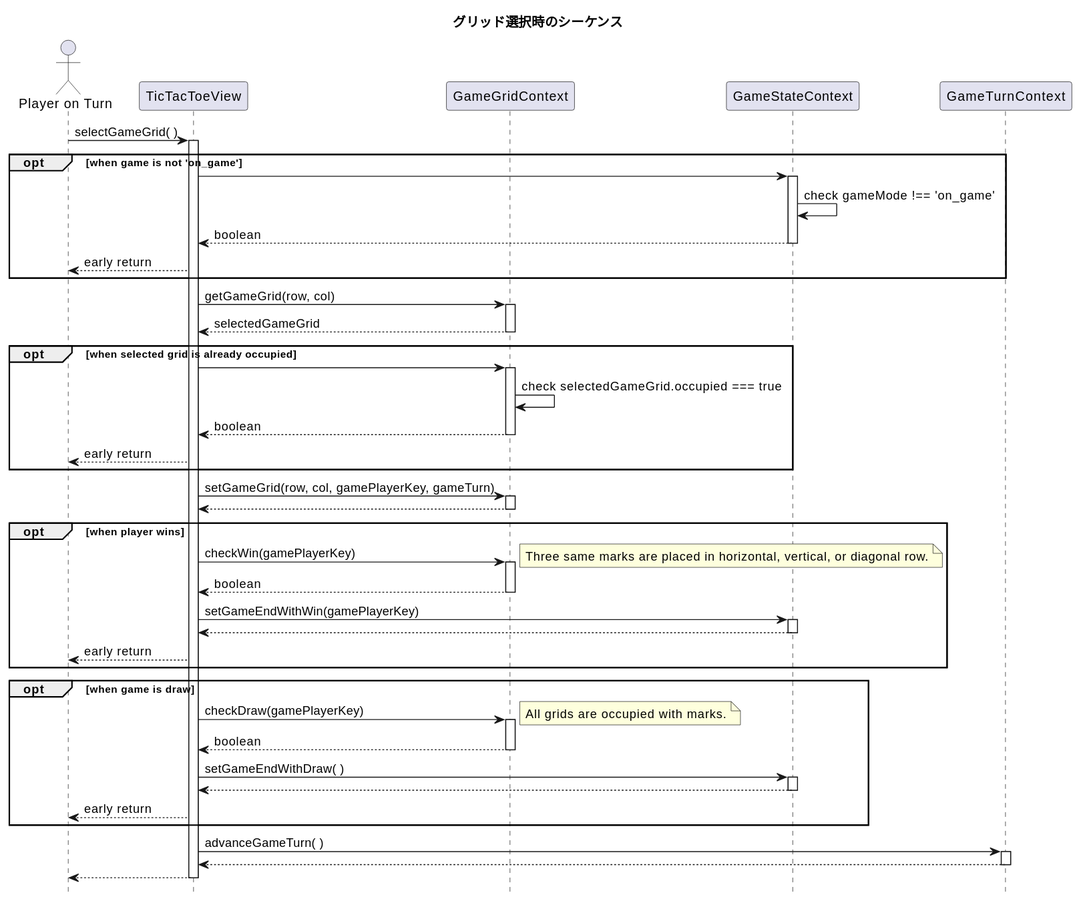
The PlantUML diagram tic-tac-toe/doc/selectGameGrid.svg in hi2k1978/react-samples, before a commit.
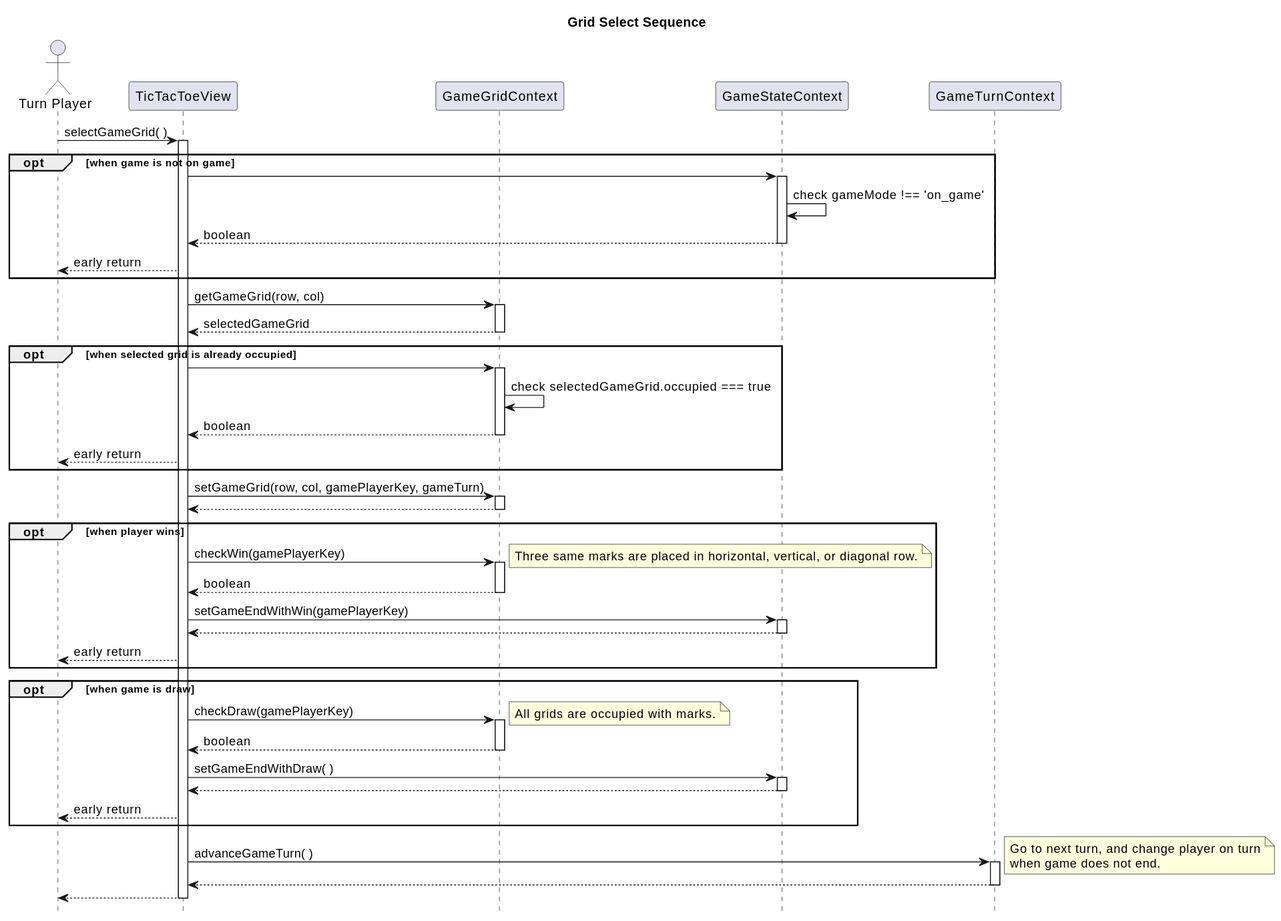
The same diagram one commit later.

Diff of the diagram source:
```diff
@@ -1,8 +1,8 @@
 @startuml
-title グリッド選択時のシーケンス
+title Grid Select Sequence
 hide footbox
 
-Actor "Player on Turn" as Player
+Actor "Turn Player" as Player
 participant "TicTacToeView" as TicTacToeView
 participant "GameGridContext" as GameGrid
 participant "GameStateContext" as GameState
@@ -11,7 +11,7 @@
 Player -> TicTacToeView: selectGameGrid( )
 activate TicTacToeView
 
-opt when game is not 'on_game'
+opt when game is not on game
     TicTacToeView -> GameState:
     activate GameState
     GameState -> GameState: check gameMode !== 'on_game'
@@ -72,6 +72,10 @@
 end
 
 TicTacToeView -> GameTurn: advanceGameTurn( )
+note right
+     Go to next turn, and change player on turn
+     when game does not end.
+end note
 activate GameTurn
 GameTurn --> TicTacToeView
 deactivate GameTurn
```
